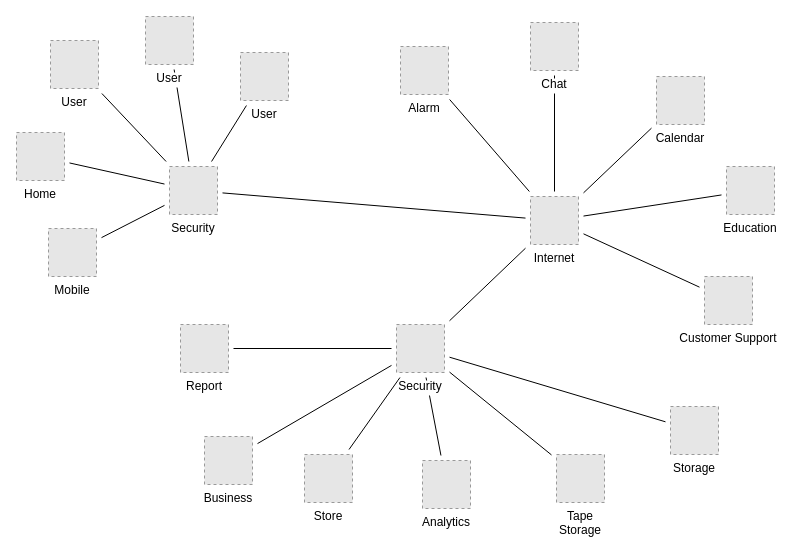
DuFuVeryBusy/Diagram keeps this draw.io diagram as diagram/Untitled Diagram.drawio. Above is the earlier version. Source tidied: cells renumbered, new cells numbered last; positions are measured from the earlier drawing's top-left corner, leaving out a move shared by most shapes. Both pictures are drawn from the tidied source at 100%, with x=0, y=0 at pixel (16, 16). Pictures stored in the file or linked from it are replaced by grey dashed boxes.
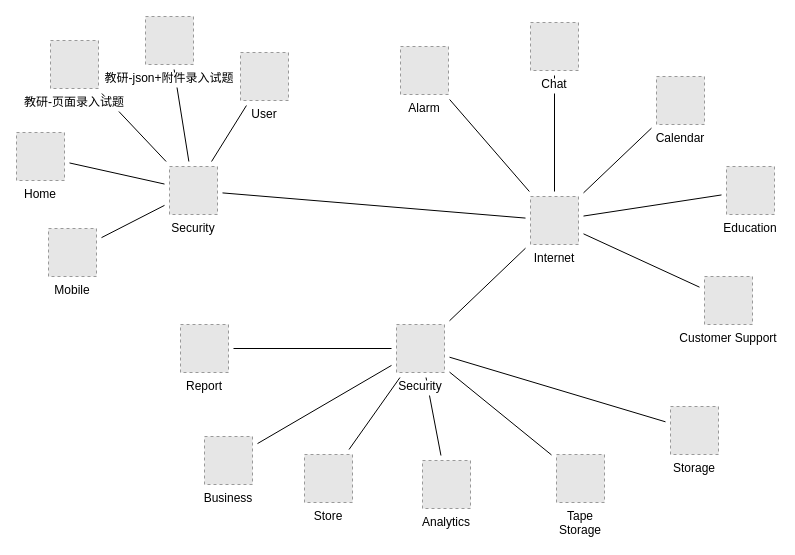
The same diagram, later.

Diff of the diagram source:
```diff
@@
-    <mxCell id="35" value="User" style="fillColor=#E6E6E6;strokeColor=#999999;dashed=1;verticalLabelPosition=bottom;verticalAlign=top;labelBackgroundColor=#ffffff;" parent="1" vertex="1">
+    <mxCell id="35" value="教研-页面录入试题&#10;" style="fillColor=#E6E6E6;strokeColor=#999999;dashed=1;verticalLabelPosition=bottom;verticalAlign=top;labelBackgroundColor=#ffffff;" parent="1" vertex="1">
       <mxGeometry x="34" y="24" width="48" height="48" as="geometry" />
     </mxCell>
@@
-    <mxCell id="37" value="User" style="fillColor=#E6E6E6;strokeColor=#999999;dashed=1;verticalLabelPosition=bottom;verticalAlign=top;labelBackgroundColor=#ffffff;" parent="1" vertex="1">
+    <mxCell id="37" value="教研-json+附件录入试题&#10;" style="fillColor=#E6E6E6;strokeColor=#999999;dashed=1;verticalLabelPosition=bottom;verticalAlign=top;labelBackgroundColor=#ffffff;" parent="1" vertex="1">
       <mxGeometry x="129" width="48" height="48" as="geometry" />
     </mxCell>
```
